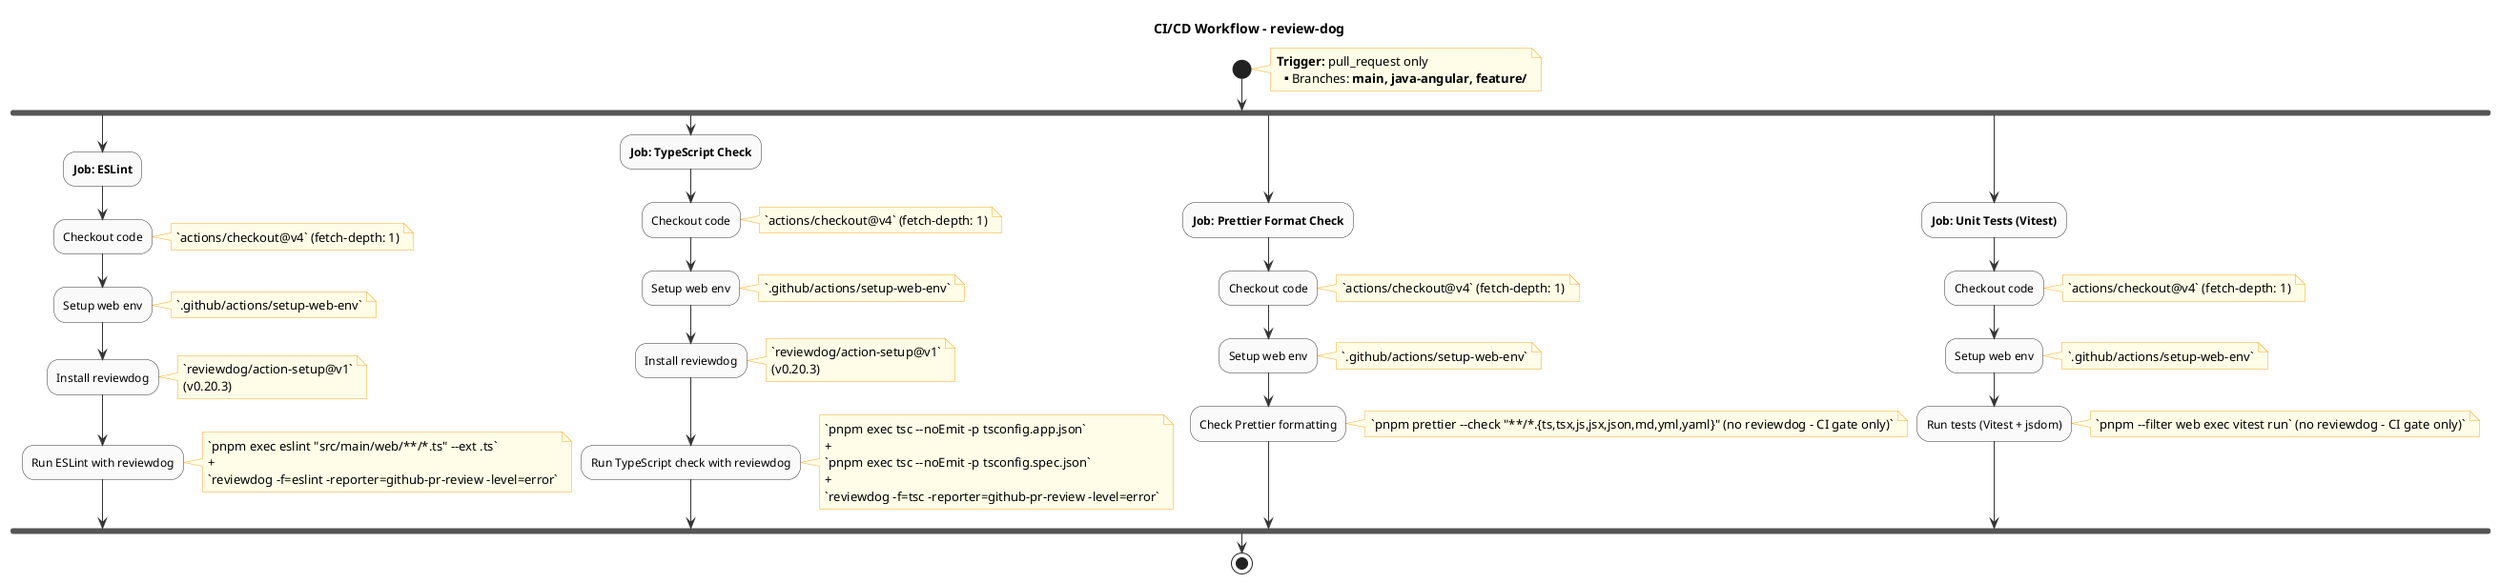
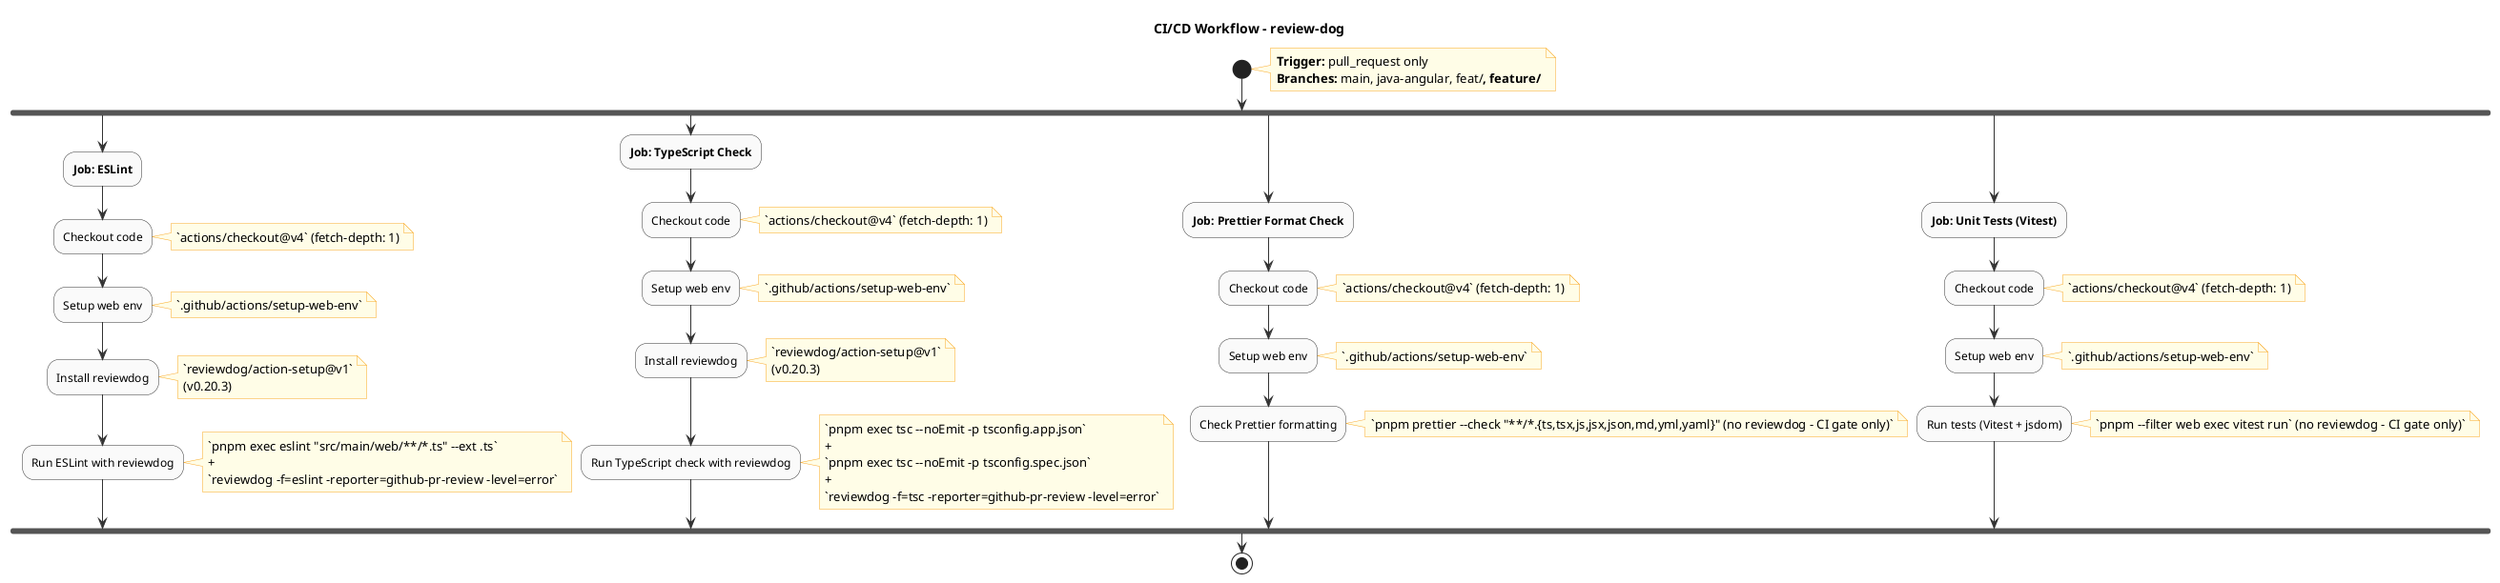
@startuml cicd-review-dog
!pragma activityFlow
skinparam activityBackgroundColor #FAFAFA
skinparam activityBorderColor #333333
skinparam arrowColor #333333
skinparam noteBackgroundColor #FFFDE7
skinparam noteBorderColor #F9A825
skinparam packageStyle rectangle

title CI/CD Workflow - review-dog

|#lightskyblue|**Workflow: review-dog.yml**|
start
note right
**Trigger:** pull_request only
- **Branches:** main, java-angular, feature/**
+ **Branches:** main, java-angular, feat/**, feature/**
end note

fork
  :**Job: ESLint**;
  :Checkout code;
  note right: `actions/checkout@v4` (fetch-depth: 1)
  :Setup web env;
  note right: `.github/actions/setup-web-env`
  :Install reviewdog;
  note right
  `reviewdog/action-setup@v1`
  (v0.20.3)
  end note
  :Run ESLint with reviewdog;
  note right
  `pnpm exec eslint "src/main/web/**/*.ts" --ext .ts`
  +
  `reviewdog -f=eslint -reporter=github-pr-review -level=error`
  end note

fork again
  :**Job: TypeScript Check**;
  :Checkout code;
  note right: `actions/checkout@v4` (fetch-depth: 1)
  :Setup web env;
  note right: `.github/actions/setup-web-env`
  :Install reviewdog;
  note right
  `reviewdog/action-setup@v1`
  (v0.20.3)
  end note
  :Run TypeScript check with reviewdog;
  note right
  `pnpm exec tsc --noEmit -p tsconfig.app.json`
  +
  `pnpm exec tsc --noEmit -p tsconfig.spec.json`
  +
  `reviewdog -f=tsc -reporter=github-pr-review -level=error`
  end note

fork again
  :**Job: Prettier Format Check**;
  :Checkout code;
  note right: `actions/checkout@v4` (fetch-depth: 1)
  :Setup web env;
  note right: `.github/actions/setup-web-env`
  :Check Prettier formatting;
  note right: `pnpm prettier --check "**/*.{ts,tsx,js,jsx,json,md,yml,yaml}" (no reviewdog - CI gate only)`

fork again
  :**Job: Unit Tests (Vitest)**;
  :Checkout code;
  note right: `actions/checkout@v4` (fetch-depth: 1)
  :Setup web env;
  note right: `.github/actions/setup-web-env`
  :Run tests (Vitest + jsdom);
  note right: `pnpm --filter web exec vitest run` (no reviewdog - CI gate only)`
end fork

stop
@enduml
